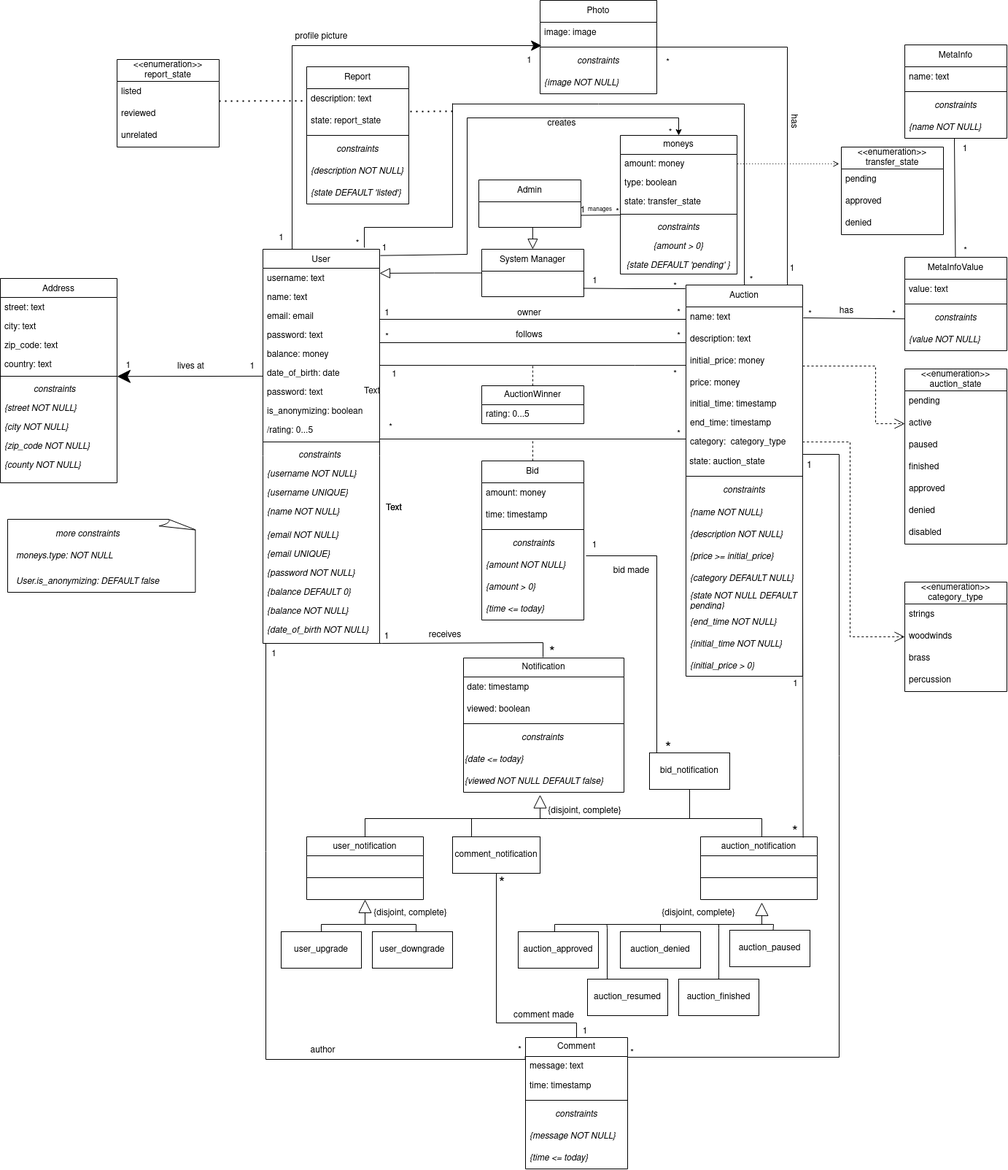
Above: wiki/resources/UML.png in Sereno1710/feup-lbaw (draw.io), before the change. Source tidied: cells renumbered, new cells last; positions are measured from the earlier drawing's top-left corner, leaving out a move shared by most shapes.
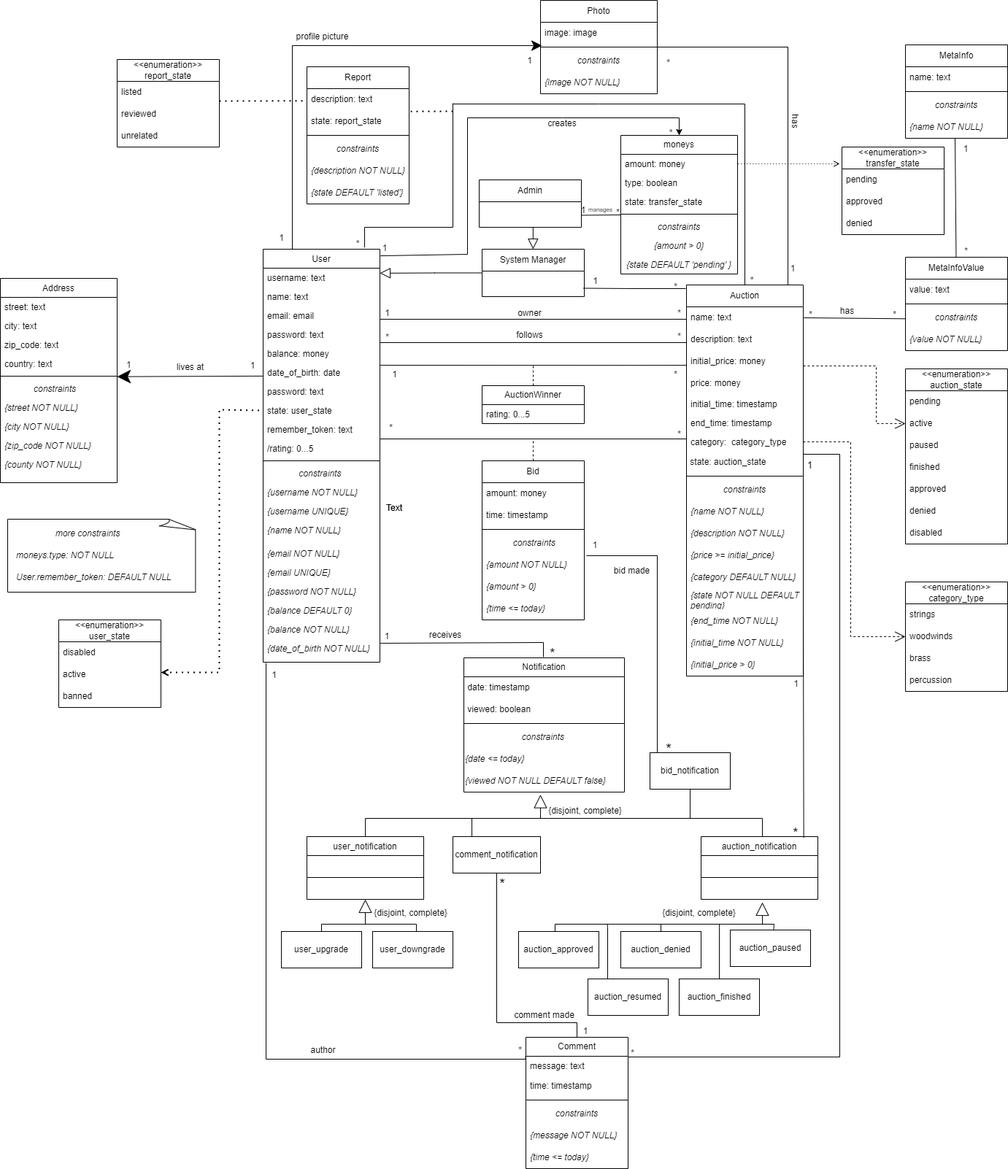
After the commit.

The edit, as a diff of the source:
```diff
@@ -14,7 +14,7 @@
       </mxGeometry>
     </mxCell>
     <mxCell id="3" value="User" style="swimlane;fontStyle=0;align=center;verticalAlign=top;horizontal=1;startSize=26;rounded=0;shadow=0;strokeWidth=1;fontSize=12;" parent="1" vertex="1">
-      <mxGeometry x="360" y="341" width="160" height="540" as="geometry" />
+      <mxGeometry x="360" y="341" width="160" height="566" as="geometry" />
     </mxCell>
     <mxCell id="4" value="username: text" style="text;align=left;verticalAlign=top;spacingLeft=4;spacingRight=4;overflow=hidden;points=[[0,0.5],[1,0.5]];portConstraint=eastwest;fontSize=12;" parent="3" vertex="1">
       <mxGeometry y="26" width="160" height="26" as="geometry" />
@@ -37,44 +37,47 @@
     <mxCell id="10" value="password: text" style="text;align=left;verticalAlign=top;spacingLeft=4;spacingRight=4;overflow=hidden;rounded=0;shadow=0;html=0;fontSize=12;" parent="3" vertex="1">
       <mxGeometry y="182" width="160" height="26" as="geometry" />
     </mxCell>
-    <mxCell id="11" value="is_anonymizing: boolean" style="text;align=left;verticalAlign=top;spacingLeft=4;spacingRight=4;overflow=hidden;rounded=0;shadow=0;html=0;fontSize=12;" parent="3" vertex="1">
-      <mxGeometry y="208" width="160" height="26" as="geometry" />
-    </mxCell>
+    <mxCell id="250" value="state: user_state" style="text;align=left;verticalAlign=top;spacingLeft=4;spacingRight=4;overflow=hidden;points=[[0,0.5],[1,0.5]];portConstraint=eastwest;rounded=0;shadow=0;html=0;fontSize=12;" parent="3" vertex="1">
+      <mxGeometry y="208" width="160" height="26" as="geometry" />
+    </mxCell>
+    <mxCell id="251" value="remember_token: text" style="text;align=left;verticalAlign=top;spacingLeft=4;spacingRight=4;overflow=hidden;rounded=0;shadow=0;html=0;fontSize=12;" parent="3" vertex="1">
+      <mxGeometry y="234" width="160" height="26" as="geometry" />
+    </mxCell>
     <mxCell id="12" value="/rating: 0...5" style="text;align=left;verticalAlign=top;spacingLeft=4;spacingRight=4;overflow=hidden;rounded=0;shadow=0;html=0;fontSize=12;" parent="3" vertex="1">
-      <mxGeometry y="234" width="160" height="26" as="geometry" />
+      <mxGeometry y="260" width="160" height="26" as="geometry" />
     </mxCell>
     <mxCell id="13" style="line;html=1;strokeWidth=1;align=left;verticalAlign=middle;spacingTop=-1;spacingLeft=3;spacingRight=3;labelPosition=right;fontSize=12;" parent="3" vertex="1">
-      <mxGeometry y="260" width="160" height="8" as="geometry" />
+      <mxGeometry y="286" width="160" height="8" as="geometry" />
     </mxCell>
     <mxCell id="14" value="             constraints" style="text;align=left;verticalAlign=top;spacingLeft=4;spacingRight=4;overflow=hidden;fontStyle=2;fontSize=12;" parent="3" vertex="1">
-      <mxGeometry y="268" width="160" height="26" as="geometry" />
+      <mxGeometry y="294" width="160" height="26" as="geometry" />
     </mxCell>
     <mxCell id="15" value="{username NOT NULL}" style="text;align=left;verticalAlign=top;spacingLeft=4;spacingRight=4;overflow=hidden;fontStyle=2;fontSize=12;" parent="3" vertex="1">
-      <mxGeometry y="294" width="160" height="26" as="geometry" />
+      <mxGeometry y="320" width="160" height="26" as="geometry" />
     </mxCell>
     <mxCell id="16" value="{username UNIQUE}" style="text;align=left;verticalAlign=top;spacingLeft=4;spacingRight=4;overflow=hidden;fontStyle=2;fontSize=12;" parent="3" vertex="1">
-      <mxGeometry y="320" width="160" height="26" as="geometry" />
+      <mxGeometry y="346" width="160" height="26" as="geometry" />
     </mxCell>
     <mxCell id="17" value="{name NOT NULL}" style="text;align=left;verticalAlign=top;spacingLeft=4;spacingRight=4;overflow=hidden;fontStyle=2;fontSize=12;" parent="3" vertex="1">
-      <mxGeometry y="346" width="160" height="32" as="geometry" />
+      <mxGeometry y="372" width="160" height="32" as="geometry" />
     </mxCell>
     <mxCell id="18" value="{email NOT NULL}" style="text;align=left;verticalAlign=top;spacingLeft=4;spacingRight=4;overflow=hidden;fontStyle=2;fontSize=12;" parent="3" vertex="1">
-      <mxGeometry y="378" width="160" height="26" as="geometry" />
+      <mxGeometry y="404" width="160" height="26" as="geometry" />
     </mxCell>
     <mxCell id="19" value="{email UNIQUE}" style="text;align=left;verticalAlign=top;spacingLeft=4;spacingRight=4;overflow=hidden;fontStyle=2;fontSize=12;" parent="3" vertex="1">
-      <mxGeometry y="404" width="160" height="26" as="geometry" />
+      <mxGeometry y="430" width="160" height="26" as="geometry" />
     </mxCell>
     <mxCell id="20" value="{password NOT NULL}" style="text;align=left;verticalAlign=top;spacingLeft=4;spacingRight=4;overflow=hidden;fontStyle=2;fontSize=12;" parent="3" vertex="1">
-      <mxGeometry y="430" width="160" height="26" as="geometry" />
+      <mxGeometry y="456" width="160" height="26" as="geometry" />
     </mxCell>
     <mxCell id="21" value="{balance DEFAULT 0}" style="text;align=left;verticalAlign=top;spacingLeft=4;spacingRight=4;overflow=hidden;fontStyle=2;fontSize=12;" parent="3" vertex="1">
-      <mxGeometry y="456" width="160" height="26" as="geometry" />
+      <mxGeometry y="482" width="160" height="26" as="geometry" />
     </mxCell>
     <mxCell id="22" value="{balance NOT NULL}" style="text;align=left;verticalAlign=top;spacingLeft=4;spacingRight=4;overflow=hidden;fontStyle=2;fontSize=12;" parent="3" vertex="1">
-      <mxGeometry y="482" width="160" height="26" as="geometry" />
+      <mxGeometry y="508" width="160" height="26" as="geometry" />
     </mxCell>
     <mxCell id="23" value="{date_of_birth NOT NULL}" style="text;align=left;verticalAlign=top;spacingLeft=4;spacingRight=4;overflow=hidden;points=[[0,0.5],[1,0.5]];portConstraint=eastwest;fontStyle=2;fontSize=12;" parent="3" vertex="1">
-      <mxGeometry y="508" width="160" height="32" as="geometry" />
+      <mxGeometry y="534" width="160" height="32" as="geometry" />
     </mxCell>
     <mxCell id="24" value="Address" style="swimlane;fontStyle=0;align=center;verticalAlign=top;horizontal=1;startSize=26;rounded=0;shadow=0;strokeWidth=1;fontSize=12;" parent="1" vertex="1">
       <mxGeometry y="381" width="160" height="280" as="geometry" />
@@ -349,13 +352,13 @@
     <mxCell id="105" value="*" style="text;html=1;align=center;verticalAlign=middle;strokeColor=none;fillColor=none;fontSize=12;" parent="1" vertex="1">
       <mxGeometry x="1308" y="329" width="30" height="30" as="geometry" />
     </mxCell>
-    <mxCell id="106" style="edgeStyle=orthogonalEdgeStyle;rounded=0;orthogonalLoop=1;jettySize=auto;html=1;endArrow=none;endFill=0;fontSize=12;exitX=-0.003;exitY=0.068;exitDx=0;exitDy=0;exitPerimeter=0;" parent="1" edge="1">
+    <mxCell id="106" style="edgeStyle=orthogonalEdgeStyle;rounded=0;jettySize=auto;html=1;endArrow=none;endFill=0;fontSize=12;exitX=-0.003;exitY=0.068;exitDx=0;exitDy=0;exitPerimeter=0;entryX=0.167;entryY=-0.065;entryDx=0;entryDy=0;entryPerimeter=0;" parent="1" edge="1" target="129">
       <mxGeometry relative="1" as="geometry">
         <mxPoint x="719.6" y="1446.8" as="sourcePoint" />
-        <mxPoint x="364" y="881" as="targetPoint" />
         <Array as="points">
           <mxPoint x="720" y="1451" />
           <mxPoint x="364" y="1451" />
+          <mxPoint x="364" y="908" />
         </Array>
       </mxGeometry>
     </mxCell>
@@ -441,7 +444,7 @@
       <mxGeometry x="915" y="580" width="30" height="30" as="geometry" />
     </mxCell>
     <mxCell id="129" value="1" style="text;html=1;align=center;verticalAlign=middle;points=[];strokeColor=none;fillColor=none;" parent="1" vertex="1">
-      <mxGeometry x="360" y="881" width="30" height="30" as="geometry" />
+      <mxGeometry x="360" y="910" width="30" height="30" as="geometry" />
     </mxCell>
     <mxCell id="130" value="*" style="text;html=1;align=center;verticalAlign=middle;strokeColor=none;fillColor=none;" parent="1" vertex="1">
       <mxGeometry x="697" y="1424" width="30" height="30" as="geometry" />
@@ -909,14 +912,33 @@
     <mxCell id="246" value="Text" style="text;html=1;strokeColor=none;fillColor=none;align=center;verticalAlign=middle;whiteSpace=wrap;rounded=0;" parent="1" vertex="1">
       <mxGeometry x="510" y="681" width="60" height="30" as="geometry" />
     </mxCell>
-    <mxCell id="247" value="&lt;div align=&quot;left&quot;&gt;&lt;i&gt;User.is_anonymizing: DEFAULT false&lt;/i&gt;&lt;/div&gt;" style="text;html=1;strokeColor=none;fillColor=none;align=left;verticalAlign=middle;whiteSpace=wrap;rounded=0;" parent="1" vertex="1">
-      <mxGeometry x="20" y="781" width="220" height="30" as="geometry" />
-    </mxCell>
-    <mxCell id="248" value="Text" style="text;html=1;strokeColor=none;fillColor=none;align=center;verticalAlign=middle;whiteSpace=wrap;rounded=0;" parent="1" vertex="1">
-      <mxGeometry x="480" y="521" width="60" height="30" as="geometry" />
-    </mxCell>
     <mxCell id="249" value="&lt;div align=&quot;center&quot;&gt;&lt;i&gt;more constraints&lt;/i&gt;&lt;/div&gt;" style="text;html=1;strokeColor=none;fillColor=none;align=center;verticalAlign=middle;whiteSpace=wrap;rounded=0;" parent="1" vertex="1">
       <mxGeometry x="20" y="716" width="200" height="30" as="geometry" />
     </mxCell>
+    <mxCell id="252" value="&lt;div align=&quot;left&quot;&gt;&lt;i&gt;User.remember_token: DEFAULT NULL&lt;/i&gt;&lt;/div&gt;" style="text;html=1;strokeColor=none;fillColor=none;align=left;verticalAlign=middle;whiteSpace=wrap;rounded=0;" parent="1" vertex="1">
+      <mxGeometry x="20" y="776" width="230" height="30" as="geometry" />
+    </mxCell>
+    <mxCell id="253" style="endArrow=none;dashed=1;html=1;dashPattern=1 3;strokeWidth=2;rounded=0;entryX=0;entryY=0.5;entryDx=0;entryDy=0;endFill=0;startArrow=open;startFill=0;jumpSize=5;" parent="1" edge="1" target="250">
+      <mxGeometry relative="1" as="geometry">
+        <mxPoint x="220" y="921" as="sourcePoint" />
+        <Array as="points">
+          <mxPoint x="300" y="921" />
+          <mxPoint x="300" y="721" />
+          <mxPoint x="300" y="561" />
+        </Array>
+      </mxGeometry>
+    </mxCell>
+    <mxCell id="254" value="&lt;div&gt;&amp;lt;&amp;lt;enumeration&amp;gt;&amp;gt;&lt;/div&gt;&lt;div&gt;user_state&lt;/div&gt;" style="swimlane;fontStyle=0;horizontal=1;startSize=30;whiteSpace=wrap;html=1;" parent="1" vertex="1">
+      <mxGeometry x="80" y="849" width="140" height="120" as="geometry" />
+    </mxCell>
+    <mxCell id="255" value="disabled" style="text;strokeColor=none;fillColor=none;align=left;verticalAlign=middle;spacingLeft=4;spacingRight=4;overflow=hidden;whiteSpace=wrap;html=1;" parent="254" vertex="1">
+      <mxGeometry y="30" width="140" height="30" as="geometry" />
+    </mxCell>
+    <mxCell id="256" value="active" style="text;strokeColor=none;fillColor=none;align=left;verticalAlign=middle;spacingLeft=4;spacingRight=4;overflow=hidden;whiteSpace=wrap;html=1;" parent="254" vertex="1">
+      <mxGeometry y="60" width="140" height="30" as="geometry" />
+    </mxCell>
+    <mxCell id="257" value="banned" style="text;strokeColor=none;fillColor=none;align=left;verticalAlign=middle;spacingLeft=4;spacingRight=4;overflow=hidden;whiteSpace=wrap;html=1;" parent="254" vertex="1">
+      <mxGeometry y="90" width="140" height="30" as="geometry" />
+    </mxCell>
   </root>
 </mxGraphModel>
```
